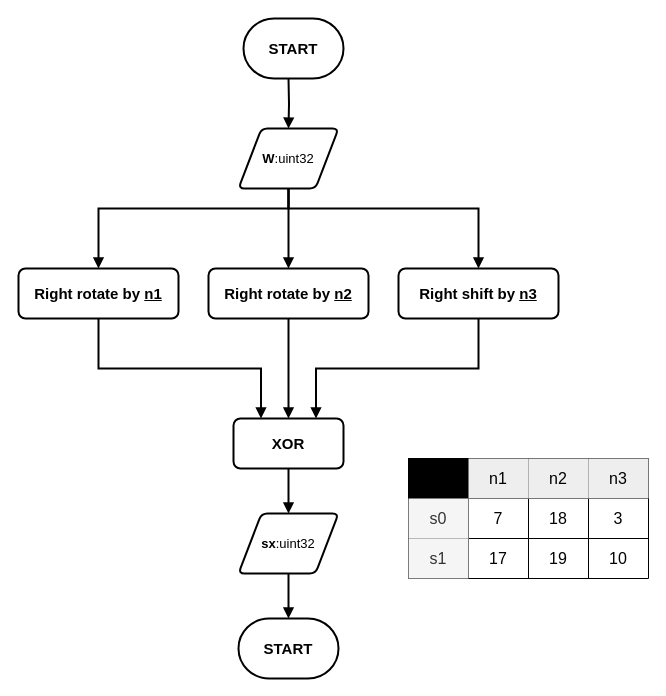
This is page "s0 and s1" (2 of 3) of Doc/WorkingVariableUpdateFlowChart.drawio from sima997/BitcoinMiner, a draw.io file, before an edit. Source tidied: cells renumbered, new cells numbered last; positions are measured from the earlier drawing's top-left corner, leaving out a move shared by most shapes. Both pictures are drawn from the tidied source at 100%, with x=0, y=0 at pixel (18, 18).
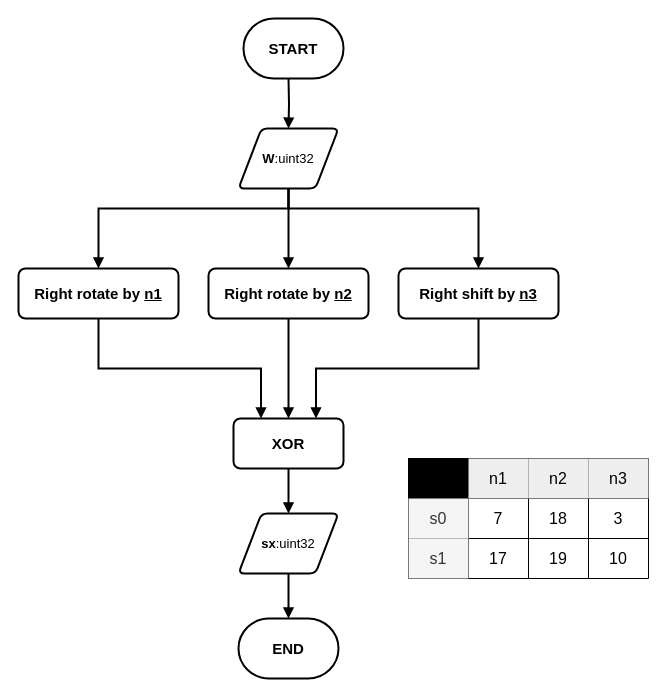
After the change.

Diff of the diagram source:
```diff
@@
-    <mxCell id="18" value="&lt;font style=&quot;font-size: 15px;&quot;&gt;&lt;b&gt;START&lt;/b&gt;&lt;/font&gt;" style="strokeWidth=2;html=1;shape=mxgraph.flowchart.terminator;whiteSpace=wrap;" parent="1" vertex="1">
+    <mxCell id="18" value="&lt;font style=&quot;font-size: 15px;&quot;&gt;&lt;b&gt;END&lt;/b&gt;&lt;/font&gt;" style="strokeWidth=2;html=1;shape=mxgraph.flowchart.terminator;whiteSpace=wrap;" parent="1" vertex="1">
       <mxGeometry x="220" y="600" width="100" height="60" as="geometry" />
     </mxCell>
```
